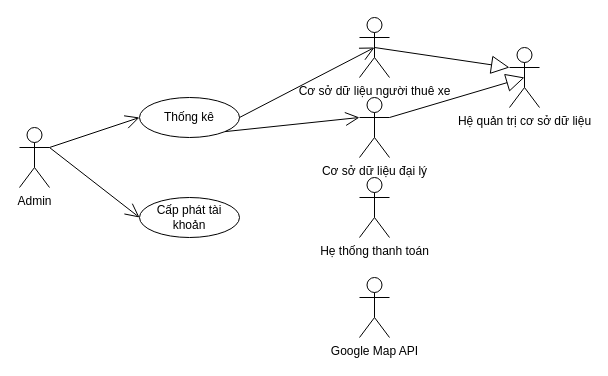
The draw.io diagram page "Page-7" (7 of 7) of use-case.drawio in xuanthangsn/bicycle-rental-service, before the edit. Source tidied: cells renumbered, new cells numbered last; positions are measured from the earlier drawing's top-left corner, leaving out a move shared by most shapes. Both pictures are drawn from the tidied source at 100%, with x=0, y=0 at pixel (19, 17).
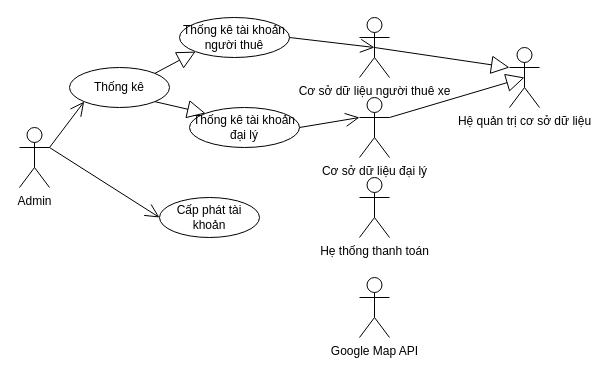
Above is the later version.

Unchanged cells that the change refers to:
```xml
<mxCell id="2" value="Admin" style="shape=umlActor;verticalLabelPosition=bottom;verticalAlign=top;html=1;" parent="1" vertex="1">
  <mxGeometry y="110" width="30" height="60" as="geometry" />
</mxCell>
<mxCell id="3" value="Cơ sở dữ liệu người thuê xe" style="shape=umlActor;verticalLabelPosition=bottom;verticalAlign=top;html=1;" parent="1" vertex="1">
  <mxGeometry x="340" width="30" height="60" as="geometry" />
</mxCell>
<mxCell id="6" value="Cơ sở dữ liệu đại lý" style="shape=umlActor;verticalLabelPosition=bottom;verticalAlign=top;html=1;" parent="1" vertex="1">
  <mxGeometry x="340" y="80" width="30" height="60" as="geometry" />
</mxCell>
```

Diff of the diagram source:
```diff
@@
     <mxCell id="8" value="Thống kê" style="ellipse;whiteSpace=wrap;html=1;" parent="1" vertex="1">
-      <mxGeometry x="120" y="80" width="100" height="40" as="geometry" />
+      <mxGeometry x="50" y="50" width="100" height="40" as="geometry" />
     </mxCell>
@@
     <mxCell id="10" value="Cấp phát tài khoản" style="ellipse;whiteSpace=wrap;html=1;" parent="1" vertex="1">
-      <mxGeometry x="120" y="180" width="100" height="40" as="geometry" />
+      <mxGeometry x="140" y="180" width="100" height="40" as="geometry" />
     </mxCell>
-    <mxCell id="11" style="endArrow=open;endFill=1;endSize=12;html=1;rounded=0;exitX=1;exitY=0.3333333333333333;exitDx=0;exitDy=0;exitPerimeter=0;entryX=0;entryY=0.5;entryDx=0;entryDy=0;" parent="1" edge="1" source="2" target="8">
+    <mxCell id="11" style="endArrow=open;endFill=1;endSize=12;html=1;rounded=0;exitX=1;exitY=0.3333333333333333;exitDx=0;exitDy=0;exitPerimeter=0;entryX=0;entryY=1;entryDx=0;entryDy=0;" parent="1" edge="1" source="2" target="8">
       <mxGeometry relative="1" as="geometry" />
     </mxCell>
@@
-    <mxCell id="13" style="endArrow=open;endFill=1;endSize=12;html=1;rounded=0;exitX=1;exitY=0.5;exitDx=0;exitDy=0;entryX=0.5;entryY=0.5;entryDx=0;entryDy=0;entryPerimeter=0;" parent="1" edge="1" source="8" target="3">
+    <mxCell id="13" style="endArrow=open;endFill=1;endSize=12;html=1;rounded=0;exitX=1;exitY=0.5;exitDx=0;exitDy=0;entryX=0.5;entryY=0.5;entryDx=0;entryDy=0;entryPerimeter=0;" parent="1" edge="1" source="18" target="3">
       <mxGeometry relative="1" as="geometry" />
     </mxCell>
-    <mxCell id="14" style="endArrow=open;endFill=1;endSize=12;html=1;rounded=0;exitX=1;exitY=1;exitDx=0;exitDy=0;entryX=0;entryY=0.3333333333333333;entryDx=0;entryDy=0;entryPerimeter=0;" parent="1" edge="1" source="8" target="6">
+    <mxCell id="14" style="endArrow=open;endFill=1;endSize=12;html=1;rounded=0;exitX=1;exitY=0.5;exitDx=0;exitDy=0;entryX=0;entryY=0.3333333333333333;entryDx=0;entryDy=0;entryPerimeter=0;" parent="1" edge="1" source="17" target="6">
       <mxGeometry relative="1" as="geometry" />
     </mxCell>
@@
+    <mxCell id="17" value="Thống kê tài khoản đại lý" style="ellipse;whiteSpace=wrap;html=1;" parent="1" vertex="1">
+      <mxGeometry x="170" y="90" width="110" height="40" as="geometry" />
+    </mxCell>
+    <mxCell id="18" value="Thống kê tài khoản người thuê" style="ellipse;whiteSpace=wrap;html=1;" parent="1" vertex="1">
+      <mxGeometry x="160" width="110" height="40" as="geometry" />
+    </mxCell>
+    <mxCell id="19" style="endArrow=block;endSize=16;endFill=0;html=1;rounded=0;exitX=1;exitY=0;exitDx=0;exitDy=0;entryX=0;entryY=1;entryDx=0;entryDy=0;" parent="1" edge="1" source="8" target="18">
+      <mxGeometry y="30" relative="1" as="geometry" />
+    </mxCell>
+    <mxCell id="20" style="endArrow=block;endSize=16;endFill=0;html=1;rounded=0;exitX=1;exitY=1;exitDx=0;exitDy=0;entryX=0;entryY=0;entryDx=0;entryDy=0;" parent="1" edge="1" source="8" target="17">
+      <mxGeometry y="30" relative="1" as="geometry" />
+    </mxCell>
```
